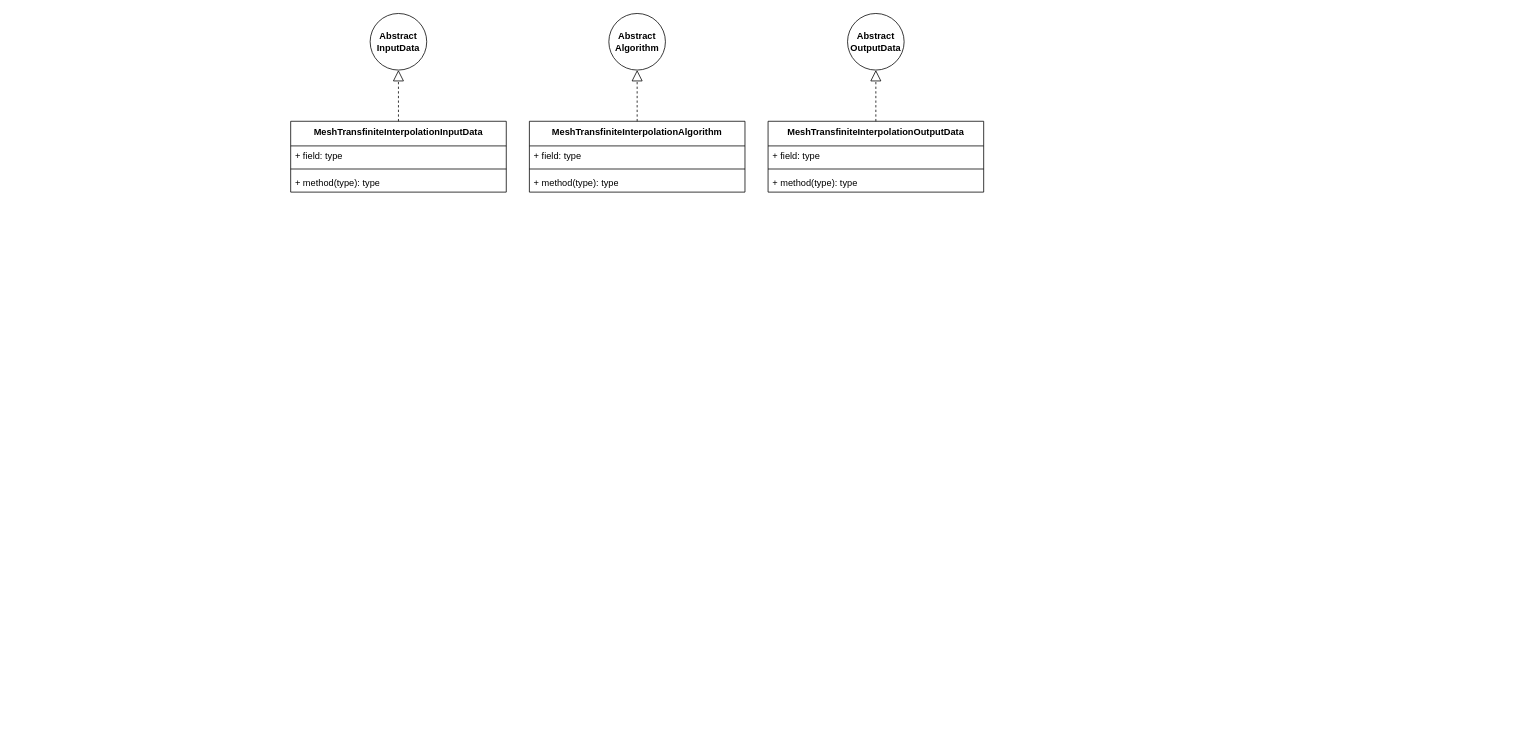
This is page "Mesh Strategy" (3 of 4) of docs/GeometryMesher.drawio from steven-darwin/geometry_mesher, a draw.io file, before an edit. Source tidied: cells renumbered, new cells numbered last; positions are measured from the earlier drawing's top-left corner, leaving out a move shared by most shapes. Both pictures are drawn from the tidied source at 77%, with x=0, y=0 at pixel (290, 13).
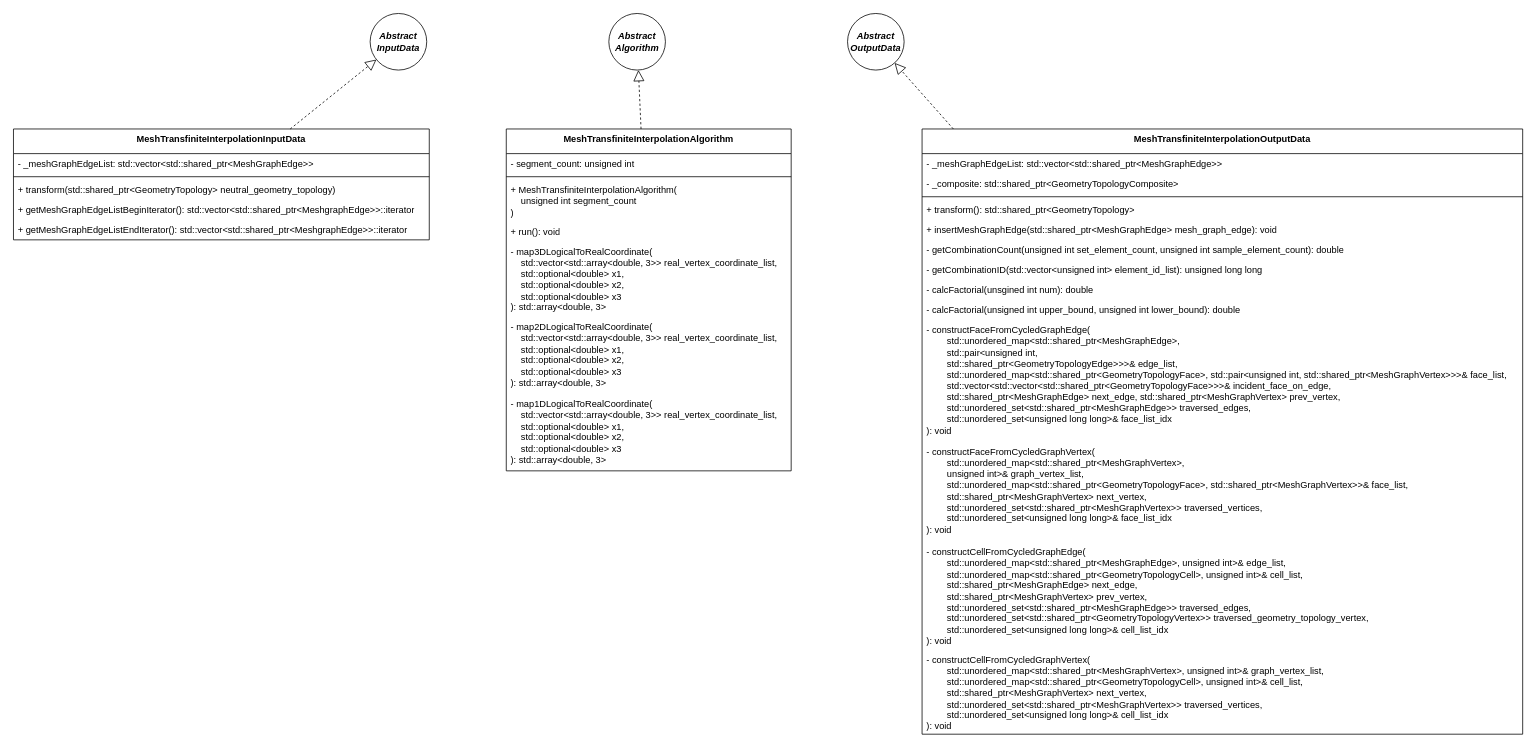
After the change.

The edit, as a diff of the source:
```diff
@@
     <mxCell id="2" value="MeshTransfiniteInterpolationAlgorithm" style="swimlane;fontStyle=1;align=center;verticalAlign=top;horizontal=1;startSize=32;whiteSpace=wrap;html=1;" parent="1" vertex="1">
-      <mxGeometry x="310" y="140" width="280" height="92" as="geometry" />
+      <mxGeometry x="280" y="150" width="370" height="444" as="geometry" />
     </mxCell>
-    <mxCell id="3" value="+ field: type" style="text;strokeColor=none;fillColor=none;align=left;verticalAlign=top;spacingLeft=4;spacingRight=4;overflow=hidden;whiteSpace=wrap;html=1;" parent="2" vertex="1">
-      <mxGeometry y="32" width="280" height="26" as="geometry" />
+    <mxCell id="3" value="- segment_count: unsigned int" style="text;strokeColor=none;fillColor=none;align=left;verticalAlign=top;spacingLeft=4;spacingRight=4;overflow=hidden;whiteSpace=wrap;html=1;" parent="2" vertex="1">
+      <mxGeometry y="32" width="370" height="26" as="geometry" />
     </mxCell>
     <mxCell id="4" style="line;strokeWidth=1;fillColor=none;align=left;verticalAlign=middle;spacingTop=-1;spacingLeft=3;spacingRight=3;labelPosition=right;strokeColor=inherit;" parent="2" vertex="1">
-      <mxGeometry y="58" width="280" height="8" as="geometry" />
+      <mxGeometry y="58" width="370" height="8" as="geometry" />
     </mxCell>
+    <mxCell id="20" value="+ MeshTransfiniteInterpolationAlgorithm(&lt;div&gt;&amp;nbsp; &amp;nbsp; unsigned int segment_count&lt;div&gt;&lt;span style=&quot;background-color: transparent; color: light-dark(rgb(0, 0, 0), rgb(255, 255, 255));&quot;&gt;)&lt;/span&gt;&lt;/div&gt;&lt;/div&gt;" style="text;strokeColor=none;fillColor=none;align=left;verticalAlign=top;spacingLeft=4;spacingRight=4;overflow=hidden;whiteSpace=wrap;html=1;" parent="2" vertex="1">
+      <mxGeometry y="66" width="370" height="54" as="geometry" />
+    </mxCell>
-    <mxCell id="5" value="+ method(type): type" style="text;strokeColor=none;fillColor=none;align=left;verticalAlign=top;spacingLeft=4;spacingRight=4;overflow=hidden;whiteSpace=wrap;html=1;" parent="2" vertex="1">
-      <mxGeometry y="66" width="280" height="26" as="geometry" />
+    <mxCell id="5" value="+ run(): void" style="text;strokeColor=none;fillColor=none;align=left;verticalAlign=top;spacingLeft=4;spacingRight=4;overflow=hidden;whiteSpace=wrap;html=1;" parent="2" vertex="1">
+      <mxGeometry y="120" width="370" height="26" as="geometry" />
     </mxCell>
+    <mxCell id="21" value="-&amp;nbsp;&lt;span style=&quot;background-color: transparent;&quot;&gt;map3DLogicalToRealCoordinate(&lt;/span&gt;&lt;div&gt;&amp;nbsp; &amp;nbsp; std::vector&amp;lt;std::array&amp;lt;double, 3&amp;gt;&amp;gt; real_vertex_coordinate_list,&amp;nbsp;&lt;/div&gt;&lt;div&gt;&amp;nbsp; &amp;nbsp; std::optional&amp;lt;double&amp;gt; x1,&amp;nbsp;&lt;/div&gt;&lt;div&gt;&amp;nbsp; &amp;nbsp; std::optional&amp;lt;double&amp;gt; x2,&amp;nbsp;&lt;/div&gt;&lt;div&gt;&amp;nbsp; &amp;nbsp; std::optional&amp;lt;double&amp;gt; x3&lt;/div&gt;&lt;div&gt;):&amp;nbsp;&lt;span style=&quot;background-color: transparent; color: light-dark(rgb(0, 0, 0), rgb(255, 255, 255));&quot;&gt;std::array&amp;lt;double, 3&amp;gt;&lt;/span&gt;&lt;span style=&quot;background-color: transparent; color: light-dark(rgb(0, 0, 0), rgb(255, 255, 255));&quot;&gt;&amp;nbsp;&lt;/span&gt;&lt;/div&gt;" style="text;strokeColor=none;fillColor=none;align=left;verticalAlign=top;spacingLeft=4;spacingRight=4;overflow=hidden;whiteSpace=wrap;html=1;" parent="2" vertex="1">
+      <mxGeometry y="146" width="370" height="98" as="geometry" />
+    </mxCell>
+    <mxCell id="22" value="-&amp;nbsp;&lt;span style=&quot;background-color: transparent;&quot;&gt;map2DLogicalToRealCoordinate(&lt;/span&gt;&lt;div&gt;&amp;nbsp; &amp;nbsp; std::vector&amp;lt;std::array&amp;lt;double, 3&amp;gt;&amp;gt; real_vertex_coordinate_list,&amp;nbsp;&lt;/div&gt;&lt;div&gt;&amp;nbsp; &amp;nbsp; std::optional&amp;lt;double&amp;gt; x1,&amp;nbsp;&lt;/div&gt;&lt;div&gt;&amp;nbsp; &amp;nbsp; std::optional&amp;lt;double&amp;gt; x2,&amp;nbsp;&lt;/div&gt;&lt;div&gt;&amp;nbsp; &amp;nbsp; std::optional&amp;lt;double&amp;gt; x3&lt;/div&gt;&lt;div&gt;):&amp;nbsp;&lt;span style=&quot;background-color: transparent; color: light-dark(rgb(0, 0, 0), rgb(255, 255, 255));&quot;&gt;std::array&amp;lt;double, 3&amp;gt;&lt;/span&gt;&lt;span style=&quot;background-color: transparent; color: light-dark(rgb(0, 0, 0), rgb(255, 255, 255));&quot;&gt;&amp;nbsp;&lt;/span&gt;&lt;/div&gt;" style="text;strokeColor=none;fillColor=none;align=left;verticalAlign=top;spacingLeft=4;spacingRight=4;overflow=hidden;whiteSpace=wrap;html=1;" parent="2" vertex="1">
+      <mxGeometry y="244" width="370" height="100" as="geometry" />
+    </mxCell>
+    <mxCell id="23" value="-&amp;nbsp;&lt;span style=&quot;background-color: transparent;&quot;&gt;map1DLogicalToRealCoordinate(&lt;/span&gt;&lt;div&gt;&amp;nbsp; &amp;nbsp; std::vector&amp;lt;std::array&amp;lt;double, 3&amp;gt;&amp;gt; real_vertex_coordinate_list,&amp;nbsp;&lt;/div&gt;&lt;div&gt;&amp;nbsp; &amp;nbsp; std::optional&amp;lt;double&amp;gt; x1,&amp;nbsp;&lt;/div&gt;&lt;div&gt;&amp;nbsp; &amp;nbsp; std::optional&amp;lt;double&amp;gt; x2,&amp;nbsp;&lt;/div&gt;&lt;div&gt;&amp;nbsp; &amp;nbsp; std::optional&amp;lt;double&amp;gt; x3&lt;/div&gt;&lt;div&gt;):&amp;nbsp;&lt;span style=&quot;background-color: transparent; color: light-dark(rgb(0, 0, 0), rgb(255, 255, 255));&quot;&gt;std::array&amp;lt;double, 3&amp;gt;&lt;/span&gt;&lt;span style=&quot;background-color: transparent; color: light-dark(rgb(0, 0, 0), rgb(255, 255, 255));&quot;&gt;&amp;nbsp;&lt;/span&gt;&lt;/div&gt;" style="text;strokeColor=none;fillColor=none;align=left;verticalAlign=top;spacingLeft=4;spacingRight=4;overflow=hidden;whiteSpace=wrap;html=1;" parent="2" vertex="1">
+      <mxGeometry y="344" width="370" height="100" as="geometry" />
+    </mxCell>
     <mxCell id="6" value="MeshTransfiniteInterpolationInputData" style="swimlane;fontStyle=1;align=center;verticalAlign=top;horizontal=1;startSize=32;whiteSpace=wrap;html=1;" parent="1" vertex="1">
-      <mxGeometry y="140" width="280" height="92" as="geometry" />
+      <mxGeometry x="-360" y="150" width="540" height="144" as="geometry" />
     </mxCell>
-    <mxCell id="7" value="+ field: type" style="text;strokeColor=none;fillColor=none;align=left;verticalAlign=top;spacingLeft=4;spacingRight=4;overflow=hidden;whiteSpace=wrap;html=1;" parent="6" vertex="1">
-      <mxGeometry y="32" width="280" height="26" as="geometry" />
+    <mxCell id="7" value="- _meshGraphEdgeList: std::vector&amp;lt;std::shared_ptr&amp;lt;MeshGraphEdge&amp;gt;&amp;gt;" style="text;strokeColor=none;fillColor=none;align=left;verticalAlign=top;spacingLeft=4;spacingRight=4;overflow=hidden;whiteSpace=wrap;html=1;" parent="6" vertex="1">
+      <mxGeometry y="32" width="540" height="26" as="geometry" />
     </mxCell>
     <mxCell id="8" style="line;strokeWidth=1;fillColor=none;align=left;verticalAlign=middle;spacingTop=-1;spacingLeft=3;spacingRight=3;labelPosition=right;strokeColor=inherit;" parent="6" vertex="1">
-      <mxGeometry y="58" width="280" height="8" as="geometry" />
+      <mxGeometry y="58" width="540" height="8" as="geometry" />
     </mxCell>
-    <mxCell id="9" value="+ method(type): type" style="text;strokeColor=none;fillColor=none;align=left;verticalAlign=top;spacingLeft=4;spacingRight=4;overflow=hidden;whiteSpace=wrap;html=1;" parent="6" vertex="1">
-      <mxGeometry y="66" width="280" height="26" as="geometry" />
+    <mxCell id="9" value="+ transform(std::shared_ptr&amp;lt;GeometryTopology&amp;gt; neutral_geometry_topology)" style="text;strokeColor=none;fillColor=none;align=left;verticalAlign=top;spacingLeft=4;spacingRight=4;overflow=hidden;whiteSpace=wrap;html=1;" parent="6" vertex="1">
+      <mxGeometry y="66" width="540" height="26" as="geometry" />
     </mxCell>
+    <mxCell id="24" value="+ getMeshGraphEdgeListBeginIterator(): std::vector&amp;lt;std::shared_ptr&amp;lt;MeshgraphEdge&amp;gt;&amp;gt;::iterator" style="text;strokeColor=none;fillColor=none;align=left;verticalAlign=top;spacingLeft=4;spacingRight=4;overflow=hidden;whiteSpace=wrap;html=1;" parent="6" vertex="1">
+      <mxGeometry y="92" width="540" height="26" as="geometry" />
+    </mxCell>
+    <mxCell id="25" value="+ getMeshGraphEdgeListEndIterator(): std::vector&amp;lt;std::shared_ptr&amp;lt;MeshgraphEdge&amp;gt;&amp;gt;::iterator" style="text;strokeColor=none;fillColor=none;align=left;verticalAlign=top;spacingLeft=4;spacingRight=4;overflow=hidden;whiteSpace=wrap;html=1;" parent="6" vertex="1">
+      <mxGeometry y="118" width="540" height="26" as="geometry" />
+    </mxCell>
     <mxCell id="10" value="MeshTransfiniteInterpolationOutputData" style="swimlane;fontStyle=1;align=center;verticalAlign=top;horizontal=1;startSize=32;whiteSpace=wrap;html=1;" parent="1" vertex="1">
-      <mxGeometry x="620" y="140" width="280" height="92" as="geometry" />
+      <mxGeometry x="820" y="150" width="780" height="786" as="geometry" />
     </mxCell>
-    <mxCell id="11" value="+ field: type" style="text;strokeColor=none;fillColor=none;align=left;verticalAlign=top;spacingLeft=4;spacingRight=4;overflow=hidden;whiteSpace=wrap;html=1;" parent="10" vertex="1">
-      <mxGeometry y="32" width="280" height="26" as="geometry" />
+    <mxCell id="11" value="- _meshGraphEdgeList: std::vector&amp;lt;std::shared_ptr&amp;lt;MeshGraphEdge&amp;gt;&amp;gt;" style="text;strokeColor=none;fillColor=none;align=left;verticalAlign=top;spacingLeft=4;spacingRight=4;overflow=hidden;whiteSpace=wrap;html=1;" parent="10" vertex="1">
+      <mxGeometry y="32" width="780" height="26" as="geometry" />
     </mxCell>
+    <mxCell id="13" value="- _composite: std::shared_ptr&amp;lt;GeometryTopologyComposite&amp;gt;" style="text;strokeColor=none;fillColor=none;align=left;verticalAlign=top;spacingLeft=4;spacingRight=4;overflow=hidden;whiteSpace=wrap;html=1;" parent="10" vertex="1">
+      <mxGeometry y="58" width="780" height="26" as="geometry" />
+    </mxCell>
     <mxCell id="12" style="line;strokeWidth=1;fillColor=none;align=left;verticalAlign=middle;spacingTop=-1;spacingLeft=3;spacingRight=3;labelPosition=right;strokeColor=inherit;" parent="10" vertex="1">
-      <mxGeometry y="58" width="280" height="8" as="geometry" />
+      <mxGeometry y="84" width="780" height="8" as="geometry" />
     </mxCell>
-    <mxCell id="13" value="+ method(type): type" style="text;strokeColor=none;fillColor=none;align=left;verticalAlign=top;spacingLeft=4;spacingRight=4;overflow=hidden;whiteSpace=wrap;html=1;" parent="10" vertex="1">
-      <mxGeometry y="66" width="280" height="26" as="geometry" />
-    </mxCell>
+    <mxCell id="26" value="+ transform(): std::shared_ptr&amp;lt;GeometryTopology&amp;gt;" style="text;strokeColor=none;fillColor=none;align=left;verticalAlign=top;spacingLeft=4;spacingRight=4;overflow=hidden;whiteSpace=wrap;html=1;" parent="10" vertex="1">
+      <mxGeometry y="92" width="780" height="26" as="geometry" />
+    </mxCell>
+    <mxCell id="27" value="+ insertMeshGraphEdge(std::shared_ptr&amp;lt;MeshGraphEdge&amp;gt; mesh_graph_edge): void" style="text;strokeColor=none;fillColor=none;align=left;verticalAlign=top;spacingLeft=4;spacingRight=4;overflow=hidden;whiteSpace=wrap;html=1;" parent="10" vertex="1">
+      <mxGeometry y="118" width="780" height="26" as="geometry" />
+    </mxCell>
+    <mxCell id="28" value="- getCombinationCount(unsigned int set_element_count, unsigned int sample_element_count): double" style="text;strokeColor=none;fillColor=none;align=left;verticalAlign=top;spacingLeft=4;spacingRight=4;overflow=hidden;whiteSpace=wrap;html=1;" parent="10" vertex="1">
+      <mxGeometry y="144" width="780" height="26" as="geometry" />
+    </mxCell>
+    <mxCell id="29" value="- getCombinationID(std::vector&amp;lt;unsigned int&amp;gt; element_id_list): unsigned long long" style="text;strokeColor=none;fillColor=none;align=left;verticalAlign=top;spacingLeft=4;spacingRight=4;overflow=hidden;whiteSpace=wrap;html=1;" parent="10" vertex="1">
+      <mxGeometry y="170" width="780" height="26" as="geometry" />
+    </mxCell>
+    <mxCell id="30" value="- calcFactorial(unsgined int num): double" style="text;strokeColor=none;fillColor=none;align=left;verticalAlign=top;spacingLeft=4;spacingRight=4;overflow=hidden;whiteSpace=wrap;html=1;" parent="10" vertex="1">
+      <mxGeometry y="196" width="780" height="26" as="geometry" />
+    </mxCell>
+    <mxCell id="31" value="- calcFactorial(unsigned int upper_bound, unsigned int lower_bound): double" style="text;strokeColor=none;fillColor=none;align=left;verticalAlign=top;spacingLeft=4;spacingRight=4;overflow=hidden;whiteSpace=wrap;html=1;" parent="10" vertex="1">
+      <mxGeometry y="222" width="780" height="26" as="geometry" />
+    </mxCell>
+    <mxCell id="32" value="- constructFaceFromCycledGraphEdge(&lt;div&gt;&amp;nbsp; &amp;nbsp; &amp;nbsp; &amp;nbsp; std::unordered_map&amp;lt;std::shared_ptr&amp;lt;MeshGraphEdge&amp;gt;,&amp;nbsp;&lt;/div&gt;&lt;div&gt;&amp;nbsp; &amp;nbsp; &amp;nbsp; &amp;nbsp; std::pair&amp;lt;unsigned int,&amp;nbsp;&lt;/div&gt;&lt;div&gt;&amp;nbsp; &amp;nbsp; &amp;nbsp; &amp;nbsp; std::shared_ptr&amp;lt;GeometryTopologyEdge&amp;gt;&amp;gt;&amp;gt;&amp;amp; edge_list,&amp;nbsp;&lt;/div&gt;&lt;div&gt;&amp;nbsp; &amp;nbsp; &amp;nbsp; &amp;nbsp; std::unordered_map&amp;lt;std::shared_ptr&amp;lt;GeometryTopologyFace&amp;gt;, std::pair&amp;lt;unsigned int, std::shared_ptr&amp;lt;MeshGraphVertex&amp;gt;&amp;gt;&amp;gt;&amp;amp; face_list,&amp;nbsp;&lt;/div&gt;&lt;div&gt;&amp;nbsp; &amp;nbsp; &amp;nbsp; &amp;nbsp; std::vector&amp;lt;std::vector&amp;lt;std::shared_ptr&amp;lt;GeometryTopologyFace&amp;gt;&amp;gt;&amp;gt;&amp;amp; incident_face_on_edge,&amp;nbsp;&lt;/div&gt;&lt;div&gt;&amp;nbsp; &amp;nbsp; &amp;nbsp; &amp;nbsp; std::shared_ptr&amp;lt;MeshGraphEdge&amp;gt; next_edge, std::shared_ptr&amp;lt;MeshGraphVertex&amp;gt; prev_vertex,&amp;nbsp;&lt;/div&gt;&lt;div&gt;&amp;nbsp; &amp;nbsp; &amp;nbsp; &amp;nbsp; std::unordered_set&amp;lt;std::shared_ptr&amp;lt;MeshGraphEdge&amp;gt;&amp;gt; traversed_edges,&amp;nbsp;&lt;/div&gt;&lt;span style=&quot;background-color: transparent;&quot;&gt;&amp;nbsp; &amp;nbsp; &amp;nbsp; &amp;nbsp; std::unordered_set&amp;lt;unsigned long long&amp;gt;&amp;amp; face_list_idx&lt;/span&gt;&lt;div&gt;&lt;span style=&quot;background-color: transparent; color: light-dark(rgb(0, 0, 0), rgb(255, 255, 255));&quot;&gt;): void&lt;/span&gt;&lt;/div&gt;" style="text;strokeColor=none;fillColor=none;align=left;verticalAlign=top;spacingLeft=4;spacingRight=4;overflow=hidden;whiteSpace=wrap;html=1;" parent="10" vertex="1">
+      <mxGeometry y="248" width="780" height="158" as="geometry" />
+    </mxCell>
+    <mxCell id="33" value="- constructFaceFromCycledGraphVertex(&lt;div&gt;&amp;nbsp; &amp;nbsp; &amp;nbsp; &amp;nbsp; std::unordered_map&amp;lt;std::shared_ptr&amp;lt;MeshGraphVertex&amp;gt;,&amp;nbsp;&lt;/div&gt;&lt;div&gt;&amp;nbsp; &amp;nbsp; &amp;nbsp; &amp;nbsp; unsigned int&amp;gt;&amp;amp; graph_vertex_list,&amp;nbsp;&lt;/div&gt;&lt;div&gt;&amp;nbsp; &amp;nbsp; &amp;nbsp; &amp;nbsp; std::unordered_map&amp;lt;std::shared_ptr&amp;lt;GeometryTopologyFace&amp;gt;, std::shared_ptr&amp;lt;MeshGraphVertex&amp;gt;&amp;gt;&amp;amp; face_list,&amp;nbsp;&lt;/div&gt;&lt;div&gt;&amp;nbsp; &amp;nbsp; &amp;nbsp; &amp;nbsp; std::shared_ptr&amp;lt;MeshGraphVertex&amp;gt; next_vertex,&amp;nbsp;&lt;/div&gt;&lt;div&gt;&amp;nbsp; &amp;nbsp; &amp;nbsp; &amp;nbsp; std::unordered_set&amp;lt;std::shared_ptr&amp;lt;MeshGraphVertex&amp;gt;&amp;gt; traversed_vertices,&amp;nbsp;&lt;/div&gt;&lt;div&gt;&amp;nbsp; &amp;nbsp; &amp;nbsp; &amp;nbsp; std::unordered_set&amp;lt;unsigned long long&amp;gt;&amp;amp; face_list_idx&lt;/div&gt;&lt;div&gt;&lt;span style=&quot;background-color: transparent; color: light-dark(rgb(0, 0, 0), rgb(255, 255, 255));&quot;&gt;): void&lt;/span&gt;&lt;/div&gt;" style="text;strokeColor=none;fillColor=none;align=left;verticalAlign=top;spacingLeft=4;spacingRight=4;overflow=hidden;whiteSpace=wrap;html=1;" parent="10" vertex="1">
+      <mxGeometry y="406" width="780" height="130" as="geometry" />
+    </mxCell>
+    <mxCell id="34" value="-&amp;nbsp;&lt;span style=&quot;background-color: transparent;&quot;&gt;constructCellFromCycledGraphEdge(&lt;/span&gt;&lt;div&gt;&amp;nbsp; &amp;nbsp; &amp;nbsp; &amp;nbsp; std::unordered_map&amp;lt;std::shared_ptr&amp;lt;MeshGraphEdge&amp;gt;, unsigned int&amp;gt;&amp;amp; edge_list,&amp;nbsp;&lt;/div&gt;&lt;div&gt;&amp;nbsp; &amp;nbsp; &amp;nbsp; &amp;nbsp; std::unordered_map&amp;lt;std::shared_ptr&amp;lt;GeometryTopologyCell&amp;gt;, unsigned int&amp;gt;&amp;amp; cell_list,&amp;nbsp;&lt;/div&gt;&lt;div&gt;&amp;nbsp; &amp;nbsp; &amp;nbsp; &amp;nbsp; std::shared_ptr&amp;lt;MeshGraphEdge&amp;gt; next_edge,&amp;nbsp;&lt;/div&gt;&lt;div&gt;&amp;nbsp; &amp;nbsp; &amp;nbsp; &amp;nbsp; std::shared_ptr&amp;lt;MeshGraphVertex&amp;gt; prev_vertex,&amp;nbsp;&lt;/div&gt;&lt;div&gt;&amp;nbsp; &amp;nbsp; &amp;nbsp; &amp;nbsp; std::unordered_set&amp;lt;std::shared_ptr&amp;lt;MeshGraphEdge&amp;gt;&amp;gt; traversed_edges,&amp;nbsp;&lt;/div&gt;&lt;div&gt;&amp;nbsp; &amp;nbsp; &amp;nbsp; &amp;nbsp; std::unordered_set&amp;lt;std::shared_ptr&amp;lt;GeometryTopologyVertex&amp;gt;&amp;gt; traversed_geometry_topology_vertex,&amp;nbsp;&lt;/div&gt;&lt;div&gt;&amp;nbsp; &amp;nbsp; &amp;nbsp; &amp;nbsp; std::unordered_set&amp;lt;unsigned long long&amp;gt;&amp;amp; cell_list_idx&lt;/div&gt;&lt;div&gt;&lt;span style=&quot;background-color: transparent; color: light-dark(rgb(0, 0, 0), rgb(255, 255, 255));&quot;&gt;): void&lt;/span&gt;&lt;/div&gt;" style="text;strokeColor=none;fillColor=none;align=left;verticalAlign=top;spacingLeft=4;spacingRight=4;overflow=hidden;whiteSpace=wrap;html=1;" parent="10" vertex="1">
+      <mxGeometry y="536" width="780" height="140" as="geometry" />
+    </mxCell>
+    <mxCell id="35" value="-&amp;nbsp;&lt;span style=&quot;background-color: transparent;&quot;&gt;constructCellFromCycledGraphVertex(&lt;/span&gt;&lt;div&gt;&amp;nbsp; &amp;nbsp; &amp;nbsp; &amp;nbsp; std::unordered_map&amp;lt;std::shared_ptr&amp;lt;MeshGraphVertex&amp;gt;, unsigned int&amp;gt;&amp;amp; graph_vertex_list,&amp;nbsp;&lt;/div&gt;&lt;div&gt;&amp;nbsp; &amp;nbsp; &amp;nbsp; &amp;nbsp; std::unordered_map&amp;lt;std::shared_ptr&amp;lt;GeometryTopologyCell&amp;gt;, unsigned int&amp;gt;&amp;amp; cell_list,&amp;nbsp;&lt;/div&gt;&lt;div&gt;&amp;nbsp; &amp;nbsp; &amp;nbsp; &amp;nbsp; std::shared_ptr&amp;lt;MeshGraphVertex&amp;gt; next_vertex,&amp;nbsp;&lt;/div&gt;&lt;div&gt;&amp;nbsp; &amp;nbsp; &amp;nbsp; &amp;nbsp; std::unordered_set&amp;lt;std::shared_ptr&amp;lt;MeshGraphVertex&amp;gt;&amp;gt; traversed_vertices,&amp;nbsp;&lt;/div&gt;&lt;div&gt;&amp;nbsp; &amp;nbsp; &amp;nbsp; &amp;nbsp; std::unordered_set&amp;lt;unsigned long long&amp;gt;&amp;amp; cell_list_idx&lt;/div&gt;&lt;div&gt;&lt;span style=&quot;background-color: transparent; color: light-dark(rgb(0, 0, 0), rgb(255, 255, 255));&quot;&gt;): void&lt;/span&gt;&lt;/div&gt;" style="text;strokeColor=none;fillColor=none;align=left;verticalAlign=top;spacingLeft=4;spacingRight=4;overflow=hidden;whiteSpace=wrap;html=1;" parent="10" vertex="1">
+      <mxGeometry y="676" width="780" height="110" as="geometry" />
+    </mxCell>
-    <mxCell id="14" value="&lt;div&gt;&lt;font&gt;Abstract&lt;/font&gt;&lt;/div&gt;&lt;font&gt;InputData&lt;/font&gt;" style="ellipse;whiteSpace=wrap;html=1;fontStyle=1;" parent="1" vertex="1">
+    <mxCell id="14" value="&lt;div&gt;&lt;font&gt;&lt;i&gt;Abstract&lt;/i&gt;&lt;/font&gt;&lt;/div&gt;&lt;font&gt;&lt;i&gt;InputData&lt;/i&gt;&lt;/font&gt;" style="ellipse;whiteSpace=wrap;html=1;fontStyle=1;" parent="1" vertex="1">
       <mxGeometry x="103.2" width="73.5" height="73.5" as="geometry" />
     </mxCell>
-    <mxCell id="15" value="&lt;div&gt;Abstract&lt;/div&gt;Algorithm" style="ellipse;whiteSpace=wrap;html=1;fontStyle=1;" parent="1" vertex="1">
+    <mxCell id="15" value="&lt;div&gt;&lt;i&gt;Abstract&lt;/i&gt;&lt;/div&gt;&lt;i&gt;Algorithm&lt;/i&gt;" style="ellipse;whiteSpace=wrap;html=1;fontStyle=1;" parent="1" vertex="1">
       <mxGeometry x="413.2" width="73.5" height="73.5" as="geometry" />
     </mxCell>
-    <mxCell id="16" value="&lt;div&gt;&lt;font&gt;Abstract&lt;/font&gt;&lt;/div&gt;OutputData" style="ellipse;whiteSpace=wrap;html=1;fontStyle=1;" parent="1" vertex="1">
+    <mxCell id="16" value="&lt;div&gt;&lt;font&gt;Abstract&lt;/font&gt;&lt;/div&gt;OutputData" style="ellipse;whiteSpace=wrap;html=1;fontStyle=3;" parent="1" vertex="1">
       <mxGeometry x="723.2" width="73.5" height="73.5" as="geometry" />
     </mxCell>
```
